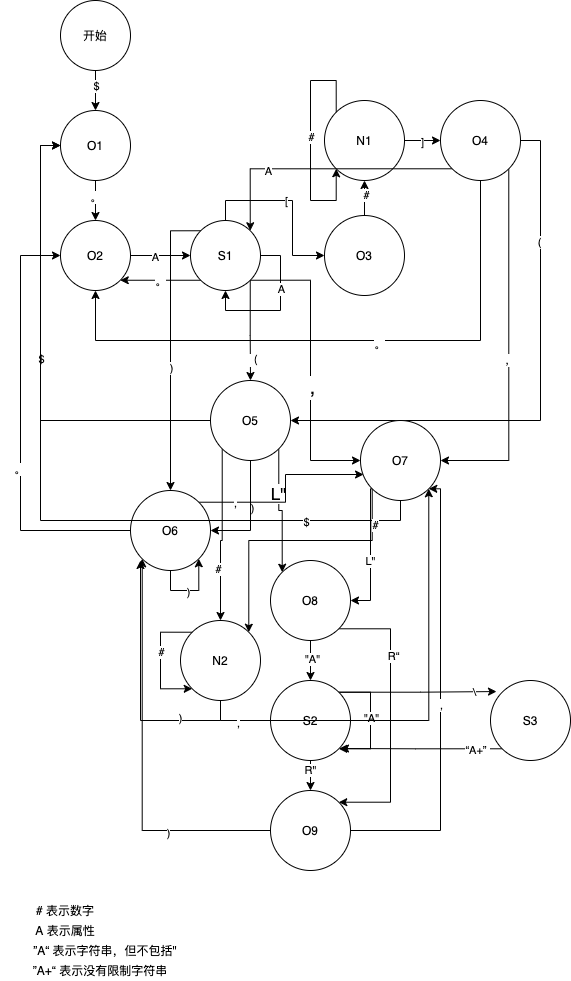
Above: status.png in Lydanne/ctxexp-parser (draw.io), before the change. Source tidied: cells renumbered, new cells last; positions are measured from the earlier drawing's top-left corner, leaving out a move shared by most shapes.
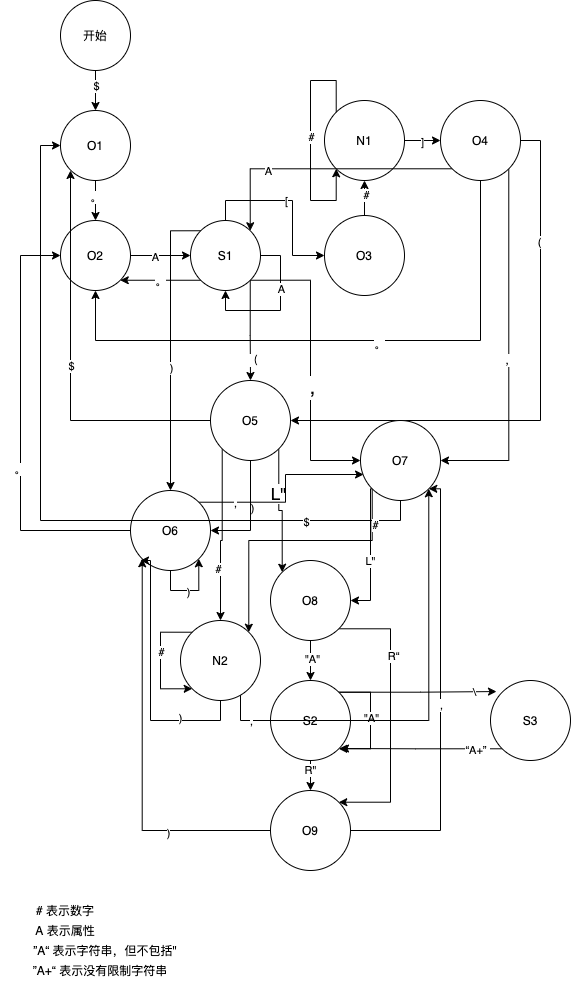
Later version of the same file.

The edit, as a diff of the source:
```diff
@@ -143,8 +143,13 @@
     <mxCell id="42" value="O4" style="ellipse;whiteSpace=wrap;html=1;" parent="1" vertex="1">
       <mxGeometry x="440" y="100" width="80" height="80" as="geometry" />
     </mxCell>
-    <mxCell id="43" style="edgeStyle=orthogonalEdgeStyle;rounded=0;jettySize=auto;html=1;exitX=0;exitY=0.5;exitDx=0;exitDy=0;entryX=0;entryY=0.5;entryDx=0;entryDy=0;" parent="1" edge="1" source="51" target="8">
-      <mxGeometry relative="1" as="geometry" />
+    <mxCell id="43" style="edgeStyle=orthogonalEdgeStyle;rounded=0;jettySize=auto;html=1;exitX=0;exitY=0.5;exitDx=0;exitDy=0;" parent="1" edge="1" source="51">
+      <mxGeometry relative="1" as="geometry">
+        <mxPoint x="70" y="170" as="targetPoint" />
+        <Array as="points">
+          <mxPoint x="70" y="420" />
+        </Array>
+      </mxGeometry>
     </mxCell>
     <mxCell id="44" value="$" style="edgeLabel;html=1;align=center;verticalAlign=middle;" parent="43" vertex="1">
       <mxGeometry relative="1" as="geometry" />
@@ -298,15 +303,28 @@
     <mxCell id="82" value="O9" style="ellipse;whiteSpace=wrap;html=1;" parent="1" vertex="1">
       <mxGeometry x="270" y="790" width="80" height="80" as="geometry" />
     </mxCell>
-    <mxCell id="83" style="edgeStyle=orthogonalEdgeStyle;rounded=0;jettySize=auto;html=1;exitX=0.5;exitY=1;exitDx=0;exitDy=0;entryX=1;entryY=1;entryDx=0;entryDy=0;" parent="1" edge="1" source="87" target="63">
-      <mxGeometry relative="1" as="geometry" />
+    <mxCell id="83" style="edgeStyle=orthogonalEdgeStyle;rounded=0;jettySize=auto;html=1;exitX=1;exitY=1;exitDx=0;exitDy=0;entryX=1;entryY=1;entryDx=0;entryDy=0;" parent="1" edge="1" source="87" target="63">
+      <mxGeometry relative="1" as="geometry">
+        <Array as="points">
+          <mxPoint x="240" y="688" />
+          <mxPoint x="240" y="720" />
+          <mxPoint x="428" y="720" />
+        </Array>
+      </mxGeometry>
     </mxCell>
     <mxCell id="84" value="," style="edgeLabel;html=1;align=center;verticalAlign=middle;" parent="83" vertex="1">
-      <mxGeometry x="-0.84" y="-2" relative="1" as="geometry" />
+      <mxGeometry x="-0.84" y="-2" relative="1" as="geometry">
+        <mxPoint x="12" y="3" as="offset" />
+      </mxGeometry>
     </mxCell>
     <mxCell id="85" style="edgeStyle=orthogonalEdgeStyle;rounded=0;jettySize=auto;html=1;exitX=0.5;exitY=1;exitDx=0;exitDy=0;" parent="1" edge="1" source="87">
       <mxGeometry relative="1" as="geometry">
         <mxPoint x="140" y="560" as="targetPoint" />
+        <Array as="points">
+          <mxPoint x="220" y="720" />
+          <mxPoint x="150" y="720" />
+          <mxPoint x="150" y="560" />
+        </Array>
       </mxGeometry>
     </mxCell>
     <mxCell id="86" value=")" style="edgeLabel;html=1;align=center;verticalAlign=middle;" parent="85" vertex="1">
```
